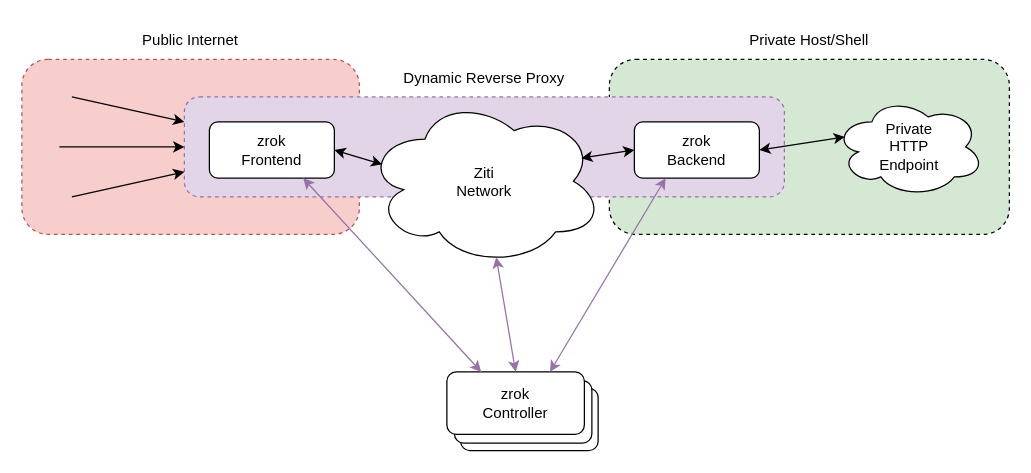
openziti/zrok keeps this draw.io diagram as docs/images/zrok.drawio. Above is the earlier version. Source tidied: cells renumbered, new cells numbered last; positions are measured from the earlier drawing's top-left corner, leaving out a move shared by most shapes. Both pictures are drawn from the tidied source at 125%, with x=0, y=0 at pixel (21, 21).
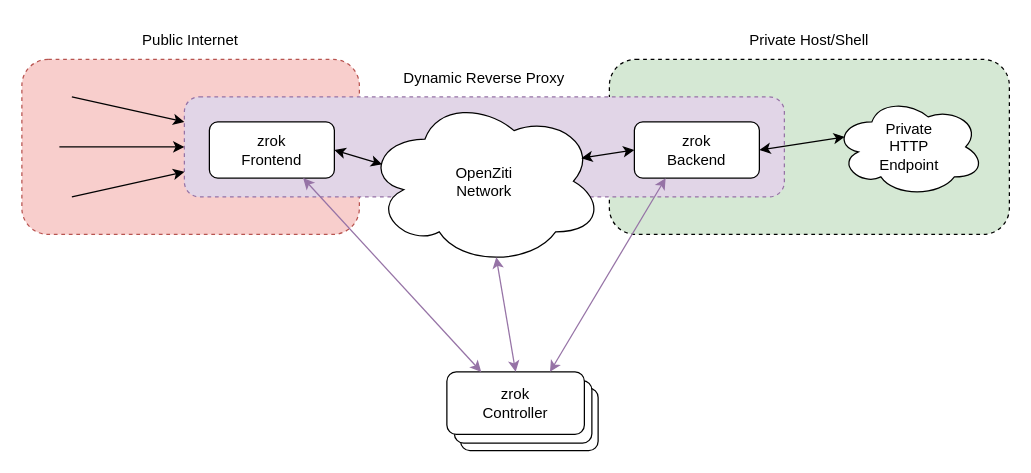
The same page after the edit.

What changed in the source:
```diff
@@
-    <mxCell id="9" value="Ziti&lt;br&gt;Network" style="ellipse;shape=cloud;whiteSpace=wrap;html=1;" parent="1" vertex="1">
+    <mxCell id="9" value="OpenZiti&lt;br&gt;Network" style="ellipse;shape=cloud;whiteSpace=wrap;html=1;" parent="1" vertex="1">
       <mxGeometry x="275" y="60" width="190" height="135" as="geometry" />
     </mxCell>
```
